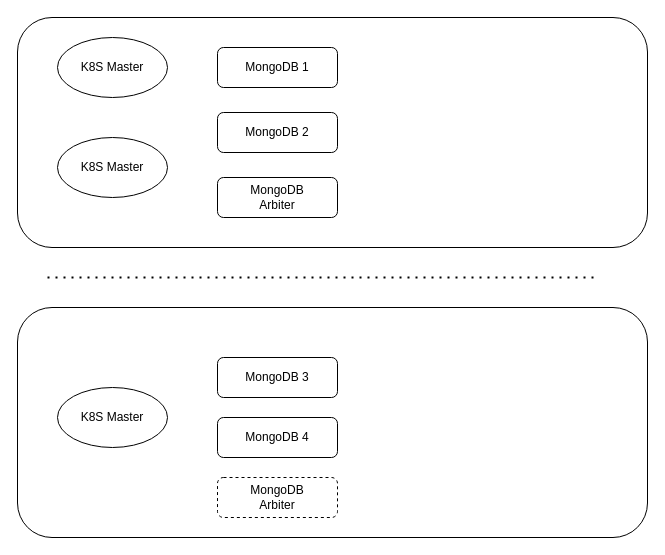
Before: trien khai mano ocs 100M.drawio in hiep1097/drawio, a draw.io diagram. Source tidied: cells renumbered, new cells numbered last; positions are measured from the earlier drawing's top-left corner, leaving out a move shared by most shapes. Both pictures are drawn from the tidied source at 100%, with x=0, y=0 at pixel (17, 17).
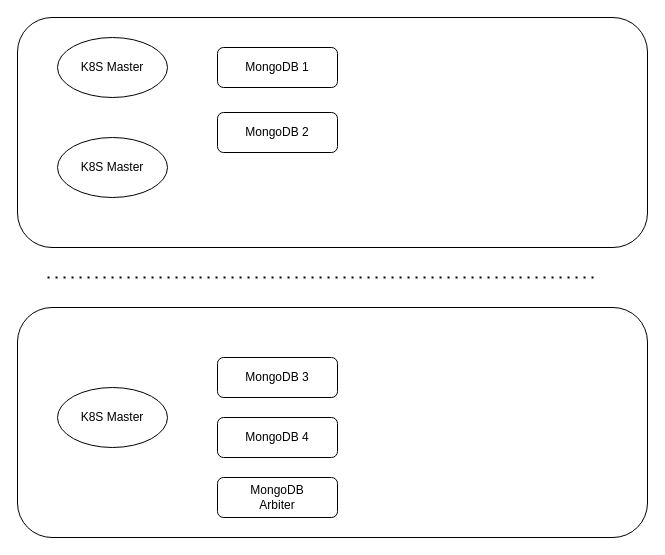
After the change.

Commit message (it also covers changes not shown here):
Cập nhật trien khai mano ocs 100M.drawio

Change to the diagram source:
```diff
@@
 <mxGraphModel>
   <root>
     <mxCell id="0" />
     <mxCell id="1" parent="0" />
     <mxCell id="2" style="rounded=1;whiteSpace=wrap;html=1;" parent="1" vertex="1">
       <mxGeometry width="630" height="230" as="geometry" />
     </mxCell>
     <mxCell id="3" style="rounded=1;whiteSpace=wrap;html=1;" parent="1" vertex="1">
       <mxGeometry y="290" width="630" height="230" as="geometry" />
     </mxCell>
     <mxCell id="4" style="endArrow=none;dashed=1;html=1;dashPattern=1 3;strokeWidth=2;rounded=0;" parent="1" edge="1">
       <mxGeometry relative="1" as="geometry">
         <mxPoint x="30" y="260" as="sourcePoint" />
         <mxPoint x="580" y="260" as="targetPoint" />
       </mxGeometry>
     </mxCell>
     <mxCell id="5" value="K8S Master" style="ellipse;whiteSpace=wrap;html=1;" parent="1" vertex="1">
       <mxGeometry x="40" y="20" width="110" height="60" as="geometry" />
     </mxCell>
     <mxCell id="6" value="K8S Master" style="ellipse;whiteSpace=wrap;html=1;" parent="1" vertex="1">
       <mxGeometry x="40" y="120" width="110" height="60" as="geometry" />
     </mxCell>
     <mxCell id="7" value="K8S Master" style="ellipse;whiteSpace=wrap;html=1;" parent="1" vertex="1">
       <mxGeometry x="40" y="370" width="110" height="60" as="geometry" />
     </mxCell>
     <mxCell id="8" value="MongoDB&lt;span style=&quot;background-color: initial;&quot;&gt;&amp;nbsp;3&lt;/span&gt;" style="rounded=1;whiteSpace=wrap;html=1;" parent="1" vertex="1">
       <mxGeometry x="200" y="340" width="120" height="40" as="geometry" />
     </mxCell>
     <mxCell id="9" value="MongoDB&lt;span style=&quot;background-color: initial;&quot;&gt;&amp;nbsp;4&lt;/span&gt;" style="rounded=1;whiteSpace=wrap;html=1;" parent="1" vertex="1">
       <mxGeometry x="200" y="400" width="120" height="40" as="geometry" />
     </mxCell>
     <mxCell id="10" value="MongoDB&lt;span style=&quot;background-color: initial;&quot;&gt;&amp;nbsp;1&lt;/span&gt;" style="rounded=1;whiteSpace=wrap;html=1;" parent="1" vertex="1">
       <mxGeometry x="200" y="30" width="120" height="40" as="geometry" />
     </mxCell>
     <mxCell id="11" value="MongoDB&lt;span style=&quot;background-color: initial;&quot;&gt;&amp;nbsp;2&lt;/span&gt;" style="rounded=1;whiteSpace=wrap;html=1;" parent="1" vertex="1">
       <mxGeometry x="200" y="95" width="120" height="40" as="geometry" />
     </mxCell>
-    <mxCell id="12" value="MongoDB&lt;div&gt;Arbiter&lt;/div&gt;" style="rounded=1;whiteSpace=wrap;html=1;" parent="1" vertex="1">
-      <mxGeometry x="200" y="160" width="120" height="40" as="geometry" />
-    </mxCell>
-    <mxCell id="13" value="MongoDB&lt;div&gt;Arbiter&lt;/div&gt;" style="rounded=1;whiteSpace=wrap;html=1;dashed=1;" parent="1" vertex="1">
+    <mxCell id="13" value="MongoDB&lt;div&gt;Arbiter&lt;/div&gt;" style="rounded=1;whiteSpace=wrap;html=1;" parent="1" vertex="1">
       <mxGeometry x="200" y="460" width="120" height="40" as="geometry" />
     </mxCell>
   </root>
 </mxGraphModel>
```
